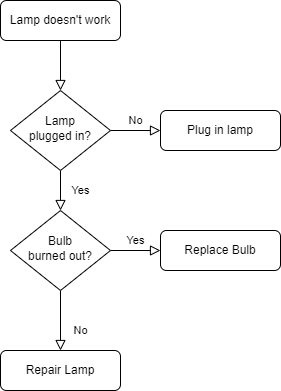
This is Untitled Diagram.drawio.png from Santosh-Mathad/Pixhawk-Standards, a draw.io export, as it was before one commit. Source tidied: cells renumbered, new cells last; positions are measured from the earlier drawing's top-left corner, leaving out a move shared by most shapes.
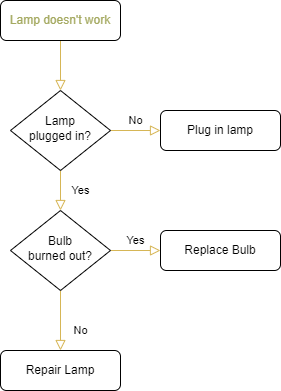
The same file after the commit.

Change to the diagram source:
```diff
@@ -2,16 +2,16 @@
   <root>
     <mxCell id="0" />
     <mxCell id="1" parent="0" />
-    <mxCell id="2" style="rounded=0;html=1;jettySize=auto;fontSize=11;endArrow=block;endFill=0;endSize=8;strokeWidth=1;shadow=0;labelBackgroundColor=none;edgeStyle=orthogonalEdgeStyle;" parent="1" edge="1" source="3" target="6">
+    <mxCell id="2" style="rounded=0;html=1;jettySize=auto;fontSize=11;endArrow=block;endFill=0;endSize=8;strokeWidth=1;shadow=0;labelBackgroundColor=none;edgeStyle=orthogonalEdgeStyle;fillColor=#fff2cc;strokeColor=#d6b656;" parent="1" edge="1" source="3" target="6">
       <mxGeometry relative="1" as="geometry" />
     </mxCell>
-    <mxCell id="3" value="Lamp doesn't work" style="rounded=1;whiteSpace=wrap;html=1;fontSize=12;glass=0;strokeWidth=1;shadow=0;" parent="1" vertex="1">
+    <mxCell id="3" value="Lamp doesn't work" style="rounded=1;whiteSpace=wrap;html=1;fontSize=12;glass=0;strokeWidth=1;shadow=0;fontColor=#a4a960;" parent="1" vertex="1">
       <mxGeometry width="120" height="40" as="geometry" />
     </mxCell>
-    <mxCell id="4" value="Yes" style="rounded=0;html=1;jettySize=auto;fontSize=11;endArrow=block;endFill=0;endSize=8;strokeWidth=1;shadow=0;labelBackgroundColor=none;edgeStyle=orthogonalEdgeStyle;" parent="1" edge="1" source="6" target="10">
+    <mxCell id="4" value="Yes" style="rounded=0;html=1;jettySize=auto;fontSize=11;endArrow=block;endFill=0;endSize=8;strokeWidth=1;shadow=0;labelBackgroundColor=none;edgeStyle=orthogonalEdgeStyle;fillColor=#fff2cc;strokeColor=#d6b656;" parent="1" edge="1" source="6" target="10">
       <mxGeometry y="20" relative="1" as="geometry" />
     </mxCell>
-    <mxCell id="5" value="No" style="edgeStyle=orthogonalEdgeStyle;rounded=0;html=1;jettySize=auto;fontSize=11;endArrow=block;endFill=0;endSize=8;strokeWidth=1;shadow=0;labelBackgroundColor=none;" parent="1" edge="1" source="6" target="7">
+    <mxCell id="5" value="No" style="edgeStyle=orthogonalEdgeStyle;rounded=0;html=1;jettySize=auto;fontSize=11;endArrow=block;endFill=0;endSize=8;strokeWidth=1;shadow=0;labelBackgroundColor=none;fillColor=#fff2cc;strokeColor=#d6b656;" parent="1" edge="1" source="6" target="7">
       <mxGeometry y="10" relative="1" as="geometry" />
     </mxCell>
     <mxCell id="6" value="Lamp&lt;br&gt;plugged in?" style="rhombus;whiteSpace=wrap;html=1;shadow=0;fontFamily=Helvetica;fontSize=12;align=center;strokeWidth=1;spacing=6;spacingTop=-4;" parent="1" vertex="1">
@@ -20,10 +20,10 @@
     <mxCell id="7" value="Plug in lamp" style="rounded=1;whiteSpace=wrap;html=1;fontSize=12;glass=0;strokeWidth=1;shadow=0;" parent="1" vertex="1">
       <mxGeometry x="160" y="110" width="120" height="40" as="geometry" />
     </mxCell>
-    <mxCell id="8" value="No" style="rounded=0;html=1;jettySize=auto;fontSize=11;endArrow=block;endFill=0;endSize=8;strokeWidth=1;shadow=0;labelBackgroundColor=none;edgeStyle=orthogonalEdgeStyle;" parent="1" edge="1" source="10" target="11">
+    <mxCell id="8" value="No" style="rounded=0;html=1;jettySize=auto;fontSize=11;endArrow=block;endFill=0;endSize=8;strokeWidth=1;shadow=0;labelBackgroundColor=none;edgeStyle=orthogonalEdgeStyle;fillColor=#fff2cc;strokeColor=#d6b656;" parent="1" edge="1" source="10" target="11">
       <mxGeometry x="0.33" y="20" relative="1" as="geometry" />
     </mxCell>
-    <mxCell id="9" value="Yes" style="edgeStyle=orthogonalEdgeStyle;rounded=0;html=1;jettySize=auto;fontSize=11;endArrow=block;endFill=0;endSize=8;strokeWidth=1;shadow=0;labelBackgroundColor=none;" parent="1" edge="1" source="10" target="12">
+    <mxCell id="9" value="Yes" style="edgeStyle=orthogonalEdgeStyle;rounded=0;html=1;jettySize=auto;fontSize=11;endArrow=block;endFill=0;endSize=8;strokeWidth=1;shadow=0;labelBackgroundColor=none;fillColor=#fff2cc;strokeColor=#d6b656;" parent="1" edge="1" source="10" target="12">
       <mxGeometry y="10" relative="1" as="geometry" />
     </mxCell>
     <mxCell id="10" value="Bulb&lt;br&gt;burned out?" style="rhombus;whiteSpace=wrap;html=1;shadow=0;fontFamily=Helvetica;fontSize=12;align=center;strokeWidth=1;spacing=6;spacingTop=-4;" parent="1" vertex="1">
```
